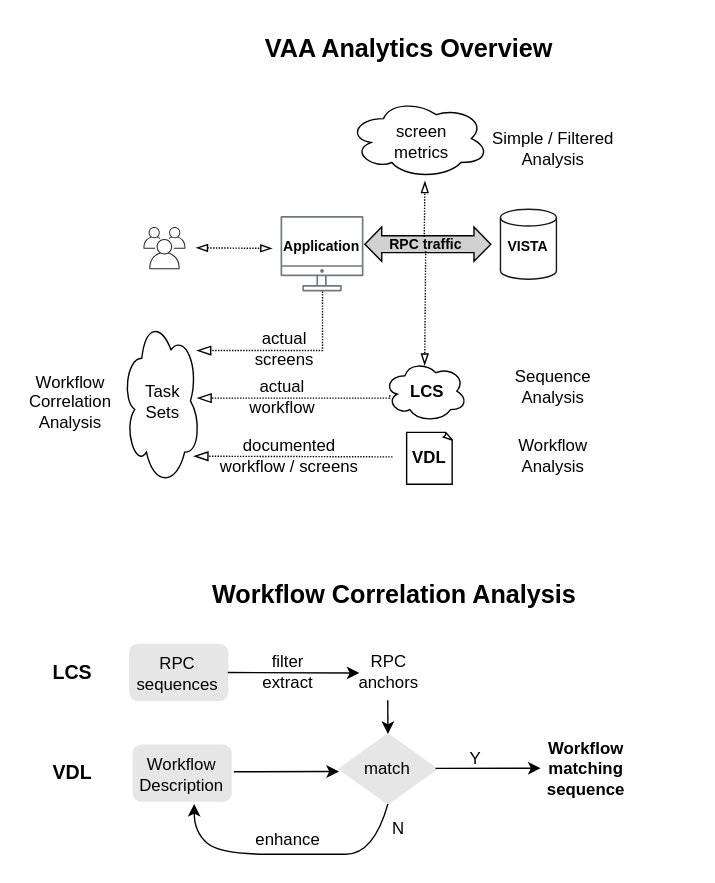
Before: img/vaa-analyses.svg, a diagram exported from draw.io (cloudvista/vaa). Source tidied: cells renumbered, new cells last; positions are measured from the earlier drawing's top-left corner, leaving out a move shared by most shapes. Its diagram source:
```xml
<mxGraphModel>
  <root>
    <mxCell id="0" />
    <mxCell id="1" parent="0" />
    <mxCell id="2" style="rounded=1;whiteSpace=wrap;html=1;strokeColor=none;" parent="1" vertex="1">
      <mxGeometry width="510" height="630" as="geometry" />
    </mxCell>
    <mxCell id="3" style="ellipse;shape=cloud;whiteSpace=wrap;html=1;shadow=0;sketch=0;fillStyle=solid;strokeColor=default;strokeWidth=1;fontSize=10;fillColor=none;gradientColor=none;" parent="1" vertex="1">
      <mxGeometry x="248.4" y="70" width="100.5" height="57" as="geometry" />
    </mxCell>
    <mxCell id="4" style="rounded=1;whiteSpace=wrap;html=1;strokeColor=#E6E6E6;fillColor=#E6E6E6;" parent="1" vertex="1">
      <mxGeometry x="94.7" y="532" width="70" height="40" as="geometry" />
    </mxCell>
    <mxCell id="5" style="rounded=1;whiteSpace=wrap;html=1;strokeColor=#E6E6E6;fillColor=#E6E6E6;" parent="1" vertex="1">
      <mxGeometry x="92.2" y="460" width="70" height="40" as="geometry" />
    </mxCell>
    <mxCell id="6" style="ellipse;shape=cloud;whiteSpace=wrap;html=1;shadow=0;sketch=0;fillStyle=solid;strokeColor=default;strokeWidth=1;fontSize=10;fillColor=none;gradientColor=none;" parent="1" vertex="1">
      <mxGeometry x="274" y="257" width="59.4" height="44" as="geometry" />
    </mxCell>
    <mxCell id="7" style="whiteSpace=wrap;html=1;shape=mxgraph.basic.document;strokeColor=default;strokeWidth=1;fontSize=10;fillColor=none;gradientColor=none;" parent="1" vertex="1">
      <mxGeometry x="290.1" y="308.5" width="32.9" height="37" as="geometry" />
    </mxCell>
    <mxCell id="8" style="outlineConnect=0;gradientColor=none;fontColor=#545B64;strokeColor=none;fillColor=#70797D;dashed=0;verticalLabelPosition=bottom;verticalAlign=top;align=center;html=1;fontSize=12;fontStyle=0;shape=mxgraph.aws4.illustration_desktop;shadow=0;fillStyle=solid;" parent="1" vertex="1">
      <mxGeometry x="200" y="153.8" width="59.3" height="53.9" as="geometry" />
    </mxCell>
    <mxCell id="9" style="html=1;shadow=0;dashed=0;align=center;verticalAlign=middle;shape=mxgraph.arrows2.twoWayArrow;dy=0.51;dx=12.03;fillColor=#D1D1D1;" parent="1" vertex="1">
      <mxGeometry x="260.3" y="161.8" width="90" height="24.5" as="geometry" />
    </mxCell>
    <mxCell id="10" value="RPC traffic" style="text;strokeColor=none;align=center;fillColor=none;html=1;verticalAlign=middle;whiteSpace=wrap;rounded=0;fontSize=10;fontStyle=1;" parent="1" vertex="1">
      <mxGeometry x="273.7" y="168.9" width="60" height="10" as="geometry" />
    </mxCell>
    <mxCell id="11" value="&lt;b&gt;LCS&lt;/b&gt;" style="text;strokeColor=none;align=center;fillColor=none;html=1;verticalAlign=middle;whiteSpace=wrap;rounded=0;" parent="1" vertex="1">
      <mxGeometry x="291.6" y="269" width="26.3" height="22" as="geometry" />
    </mxCell>
    <mxCell id="12" value="Application" style="text;strokeColor=none;align=center;fillColor=none;html=1;verticalAlign=middle;whiteSpace=wrap;rounded=0;fontSize=10;fontStyle=1;" parent="1" vertex="1">
      <mxGeometry x="203" y="160" width="53.5" height="29.9" as="geometry" />
    </mxCell>
    <mxCell id="13" value="&lt;font style=&quot;font-size: 12px;&quot;&gt;&lt;b&gt;VDL&lt;/b&gt;&lt;/font&gt;" style="text;strokeColor=none;align=center;fillColor=none;html=1;verticalAlign=middle;whiteSpace=wrap;rounded=0;fontSize=10;" parent="1" vertex="1">
      <mxGeometry x="293.8" y="312" width="25.4" height="30" as="geometry" />
    </mxCell>
    <mxCell id="14" style="shape=cylinder3;whiteSpace=wrap;html=1;boundedLbl=1;backgroundOutline=1;size=5.999999999999943;strokeColor=#191919;strokeWidth=1;fillColor=#FFFFFF;gradientColor=none;" parent="1" vertex="1">
      <mxGeometry x="357.2" y="149" width="40" height="50" as="geometry" />
    </mxCell>
    <mxCell id="15" value="VISTA" style="text;strokeColor=none;align=center;fillColor=none;html=1;verticalAlign=middle;whiteSpace=wrap;rounded=0;fontSize=10;fontStyle=1;" parent="1" vertex="1">
      <mxGeometry x="347.2" y="159.9" width="60" height="30" as="geometry" />
    </mxCell>
    <mxCell id="16" value="Simple / Filtered&lt;br&gt;Analysis" style="text;strokeColor=none;align=center;fillColor=none;html=1;verticalAlign=middle;whiteSpace=wrap;rounded=0;" parent="1" vertex="1">
      <mxGeometry x="349.9" y="90.5" width="90" height="30" as="geometry" />
    </mxCell>
    <mxCell id="17" value="Workflow&lt;br&gt;Analysis" style="text;strokeColor=none;align=center;fillColor=none;html=1;verticalAlign=middle;whiteSpace=wrap;rounded=0;" parent="1" vertex="1">
      <mxGeometry x="364.9" y="310" width="60" height="30" as="geometry" />
    </mxCell>
    <mxCell id="18" style="endArrow=blockThin;html=1;fontSize=10;dashed=1;dashPattern=1 1;endFill=0;exitX=0.5;exitY=0;exitDx=0;exitDy=0;" parent="1" edge="1">
      <mxGeometry relative="1" as="geometry">
        <mxPoint x="302.7" y="168.9" as="sourcePoint" />
        <mxPoint x="303.2" y="129" as="targetPoint" />
      </mxGeometry>
    </mxCell>
    <mxCell id="19" style="endArrow=blockThin;html=1;fontSize=10;dashed=1;dashPattern=1 1;endFill=0;exitX=0.5;exitY=1;exitDx=0;exitDy=0;entryX=0.488;entryY=0.08;entryDx=0;entryDy=0;entryPerimeter=0;" parent="1" edge="1" source="10" target="6">
      <mxGeometry relative="1" as="geometry" />
    </mxCell>
    <mxCell id="20" value="screen&lt;br&gt;metrics" style="text;strokeColor=none;align=center;fillColor=none;html=1;verticalAlign=middle;whiteSpace=wrap;rounded=0;" parent="1" vertex="1">
      <mxGeometry x="271.5" y="90.5" width="60" height="20" as="geometry" />
    </mxCell>
    <mxCell id="21" style="ellipse;shape=cloud;whiteSpace=wrap;html=1;shadow=0;sketch=0;fillStyle=solid;strokeColor=default;strokeWidth=1;fontSize=10;fillColor=none;gradientColor=none;" parent="1" vertex="1">
      <mxGeometry x="86.9" y="225" width="55.7" height="122" as="geometry" />
    </mxCell>
    <mxCell id="22" value="Workflow&lt;br&gt;Correlation&lt;br&gt;Analysis" style="text;strokeColor=none;align=center;fillColor=none;html=1;verticalAlign=middle;whiteSpace=wrap;rounded=0;" parent="1" vertex="1">
      <mxGeometry x="20" y="272" width="60" height="30" as="geometry" />
    </mxCell>
    <mxCell id="23" style="edgeStyle=elbowEdgeStyle;elbow=vertical;endArrow=blockThin;html=1;curved=0;rounded=0;endSize=8;startSize=8;dashed=1;dashPattern=1 1;fontSize=10;endFill=0;startArrow=none;startFill=0;" parent="1" edge="1">
      <mxGeometry relative="1" as="geometry">
        <mxPoint x="280" y="326" as="sourcePoint" />
        <mxPoint x="138" y="326" as="targetPoint" />
        <Array as="points">
          <mxPoint x="153.9" y="325.5" />
        </Array>
      </mxGeometry>
    </mxCell>
    <mxCell id="24" style="whiteSpace=wrap;html=1;shadow=0;sketch=0;fillStyle=solid;strokeColor=none;strokeWidth=1;fontSize=10;fillColor=#FFFFFF;gradientColor=none;" parent="1" vertex="1">
      <mxGeometry x="101.9" y="159" width="33.8" height="33.8" as="geometry" />
    </mxCell>
    <mxCell id="25" style="sketch=0;gradientColor=none;fontColor=#545B64;strokeColor=none;fillColor=#272A2B;dashed=0;verticalLabelPosition=bottom;verticalAlign=top;align=center;html=1;fontSize=12;fontStyle=0;shape=mxgraph.aws4.illustration_users;strokeWidth=1;" parent="1" vertex="1">
      <mxGeometry x="102" y="161.8" width="30.1" height="30.1" as="geometry" />
    </mxCell>
    <mxCell id="26" style="endArrow=blockThin;html=1;fontSize=10;dashed=1;dashPattern=1 1;endFill=0;startArrow=blockThin;startFill=0;" parent="1" edge="1">
      <mxGeometry relative="1" as="geometry">
        <mxPoint x="139.7" y="176.6" as="sourcePoint" />
        <mxPoint x="194" y="177" as="targetPoint" />
      </mxGeometry>
    </mxCell>
    <mxCell id="27" value="&lt;br&gt;Workflow&lt;br&gt;Description&amp;nbsp;" style="text;strokeColor=none;align=center;fillColor=none;html=1;verticalAlign=middle;whiteSpace=wrap;rounded=0;" parent="1" vertex="1">
      <mxGeometry x="108.2" y="535.6" width="43" height="20.9" as="geometry" />
    </mxCell>
    <mxCell id="28" value="&lt;b&gt;Workflow matching&amp;nbsp;&lt;br&gt;sequence&lt;/b&gt;" style="text;strokeColor=none;align=center;fillColor=none;html=1;verticalAlign=middle;whiteSpace=wrap;rounded=0;" parent="1" vertex="1">
      <mxGeometry x="397.3" y="538.6" width="43" height="20.9" as="geometry" />
    </mxCell>
    <mxCell id="29" style="rhombus;whiteSpace=wrap;html=1;strokeColor=#E6E6E6;fillColor=#E6E6E6;" parent="1" vertex="1">
      <mxGeometry x="241.7" y="524" width="70" height="50" as="geometry" />
    </mxCell>
    <mxCell id="30" value="match" style="text;strokeColor=none;align=center;fillColor=none;html=1;verticalAlign=middle;whiteSpace=wrap;rounded=0;" parent="1" vertex="1">
      <mxGeometry x="255.2" y="538.6" width="43" height="20.9" as="geometry" />
    </mxCell>
    <mxCell id="31" style="edgeStyle=none;html=1;entryX=0;entryY=0.5;entryDx=0;entryDy=0;" parent="1" edge="1">
      <mxGeometry relative="1" as="geometry">
        <mxPoint x="166.6" y="551" as="sourcePoint" />
        <mxPoint x="241.7" y="550.9" as="targetPoint" />
      </mxGeometry>
    </mxCell>
    <mxCell id="32" style="edgeStyle=none;html=1;entryX=0.5;entryY=0;entryDx=0;entryDy=0;" parent="1" edge="1" target="29">
      <mxGeometry relative="1" as="geometry">
        <mxPoint x="276.6" y="500" as="sourcePoint" />
      </mxGeometry>
    </mxCell>
    <mxCell id="33" style="edgeStyle=none;html=1;entryX=0;entryY=0.5;entryDx=0;entryDy=0;" parent="1" edge="1">
      <mxGeometry relative="1" as="geometry">
        <mxPoint x="310.7" y="548.6" as="sourcePoint" />
        <mxPoint x="385.9" y="548.5" as="targetPoint" />
      </mxGeometry>
    </mxCell>
    <mxCell id="34" value="Y" style="text;strokeColor=none;align=center;fillColor=none;html=1;verticalAlign=middle;whiteSpace=wrap;rounded=0;" parent="1" vertex="1">
      <mxGeometry x="317.8" y="532" width="43" height="20.9" as="geometry" />
    </mxCell>
    <mxCell id="35" value="RPC sequences" style="text;strokeColor=none;align=center;fillColor=none;html=1;verticalAlign=middle;whiteSpace=wrap;rounded=0;" parent="1" vertex="1">
      <mxGeometry x="105.2" y="471" width="43" height="20.9" as="geometry" />
    </mxCell>
    <mxCell id="36" value="filter&lt;br&gt;extract" style="text;strokeColor=none;align=center;fillColor=none;html=1;verticalAlign=middle;whiteSpace=wrap;rounded=0;" parent="1" vertex="1">
      <mxGeometry x="184.1" y="470" width="43" height="20.9" as="geometry" />
    </mxCell>
    <mxCell id="37" value="RPC anchors" style="text;strokeColor=none;align=center;fillColor=none;html=1;verticalAlign=middle;whiteSpace=wrap;rounded=0;" parent="1" vertex="1">
      <mxGeometry x="256.4" y="470" width="43" height="20.9" as="geometry" />
    </mxCell>
    <mxCell id="38" style="edgeStyle=none;html=1;entryX=0;entryY=0.5;entryDx=0;entryDy=0;startArrow=none;" parent="1" edge="1" target="37">
      <mxGeometry relative="1" as="geometry">
        <mxPoint x="162.2" y="480.1" as="sourcePoint" />
      </mxGeometry>
    </mxCell>
    <mxCell id="39" value="enhance" style="text;strokeColor=none;align=center;fillColor=none;html=1;verticalAlign=middle;whiteSpace=wrap;rounded=0;" parent="1" vertex="1">
      <mxGeometry x="184.1" y="590" width="43" height="20.9" as="geometry" />
    </mxCell>
    <mxCell id="40" style="curved=1;endArrow=classic;html=1;exitX=0.5;exitY=1;exitDx=0;exitDy=0;" parent="1" edge="1" source="29">
      <mxGeometry relative="1" as="geometry">
        <mxPoint x="138.3" y="574" as="targetPoint" />
        <Array as="points">
          <mxPoint x="266.6" y="610" />
          <mxPoint x="226.6" y="610" />
          <mxPoint x="156.6" y="610" />
          <mxPoint x="138.3" y="594" />
        </Array>
      </mxGeometry>
    </mxCell>
    <mxCell id="41" value="N" style="text;strokeColor=none;align=center;fillColor=none;html=1;verticalAlign=middle;whiteSpace=wrap;rounded=0;" parent="1" vertex="1">
      <mxGeometry x="262.6" y="581.1" width="43" height="20.9" as="geometry" />
    </mxCell>
    <mxCell id="42" value="&lt;b&gt;&lt;font style=&quot;font-size: 18px;&quot;&gt;Workflow Correlation Analysis&lt;/font&gt;&lt;/b&gt;" style="text;strokeColor=none;align=center;fillColor=none;html=1;verticalAlign=middle;whiteSpace=wrap;rounded=0;" parent="1" vertex="1">
      <mxGeometry x="142.6" y="410" width="276.8" height="29.1" as="geometry" />
    </mxCell>
    <mxCell id="43" value="Sequence&lt;br&gt;Analysis" style="text;strokeColor=none;align=center;fillColor=none;html=1;verticalAlign=middle;whiteSpace=wrap;rounded=0;" parent="1" vertex="1">
      <mxGeometry x="364.9" y="261" width="60" height="30" as="geometry" />
    </mxCell>
    <mxCell id="44" style="edgeStyle=elbowEdgeStyle;elbow=vertical;endArrow=blockThin;html=1;curved=0;rounded=0;endSize=8;startSize=8;dashed=1;dashPattern=1 1;fontSize=10;endFill=0;startArrow=none;startFill=0;" parent="1" edge="1" source="8">
      <mxGeometry relative="1" as="geometry">
        <mxPoint x="140" y="250" as="targetPoint" />
        <Array as="points">
          <mxPoint x="230" y="250" />
          <mxPoint x="240" y="250" />
        </Array>
      </mxGeometry>
    </mxCell>
    <mxCell id="45" value="actual&lt;br&gt;screens" style="text;strokeColor=none;align=center;fillColor=none;html=1;verticalAlign=middle;whiteSpace=wrap;rounded=0;" parent="1" vertex="1">
      <mxGeometry x="183" y="238" width="40" height="21" as="geometry" />
    </mxCell>
    <mxCell id="46" value="documented &lt;br&gt;workflow / screens" style="text;strokeColor=none;align=center;fillColor=none;html=1;verticalAlign=middle;whiteSpace=wrap;rounded=0;" parent="1" vertex="1">
      <mxGeometry x="145.2" y="317" width="122.8" height="16" as="geometry" />
    </mxCell>
    <mxCell id="47" style="edgeStyle=elbowEdgeStyle;elbow=vertical;endArrow=blockThin;html=1;curved=0;rounded=0;endSize=8;startSize=8;dashed=1;dashPattern=1 1;fontSize=10;endFill=0;startArrow=none;startFill=0;exitX=0.067;exitY=0.568;exitDx=0;exitDy=0;exitPerimeter=0;" parent="1" edge="1" source="6">
      <mxGeometry relative="1" as="geometry">
        <mxPoint x="140.3" y="284.5" as="targetPoint" />
        <Array as="points">
          <mxPoint x="156.2" y="284" />
        </Array>
      </mxGeometry>
    </mxCell>
    <mxCell id="48" value="&lt;b&gt;&lt;font style=&quot;font-size: 14px;&quot;&gt;LCS&lt;/font&gt;&lt;/b&gt;" style="text;strokeColor=none;align=center;fillColor=none;html=1;verticalAlign=middle;whiteSpace=wrap;rounded=0;" parent="1" vertex="1">
      <mxGeometry x="30" y="469.6" width="43" height="20.9" as="geometry" />
    </mxCell>
    <mxCell id="49" value="&lt;b&gt;&lt;font style=&quot;font-size: 14px;&quot;&gt;VDL&lt;/font&gt;&lt;/b&gt;" style="text;strokeColor=none;align=center;fillColor=none;html=1;verticalAlign=middle;whiteSpace=wrap;rounded=0;" parent="1" vertex="1">
      <mxGeometry x="30" y="541.6" width="43" height="20.9" as="geometry" />
    </mxCell>
    <mxCell id="50" value="actual &lt;br&gt;workflow" style="text;strokeColor=none;align=center;fillColor=none;html=1;verticalAlign=middle;whiteSpace=wrap;rounded=0;" parent="1" vertex="1">
      <mxGeometry x="181" y="272" width="40.9" height="21" as="geometry" />
    </mxCell>
    <mxCell id="51" value="&lt;b&gt;&lt;font style=&quot;font-size: 18px;&quot;&gt;VAA Analytics Overview&lt;/font&gt;&lt;/b&gt;" style="text;strokeColor=none;align=center;fillColor=none;html=1;verticalAlign=middle;whiteSpace=wrap;rounded=0;" parent="1" vertex="1">
      <mxGeometry x="142.6" y="20" width="297.8" height="29.1" as="geometry" />
    </mxCell>
    <mxCell id="52" value="Task&lt;br&gt;Sets" style="text;strokeColor=none;align=center;fillColor=none;html=1;verticalAlign=middle;whiteSpace=wrap;rounded=0;" parent="1" vertex="1">
      <mxGeometry x="95.7" y="272" width="40" height="30" as="geometry" />
    </mxCell>
  </root>
</mxGraphModel>
```
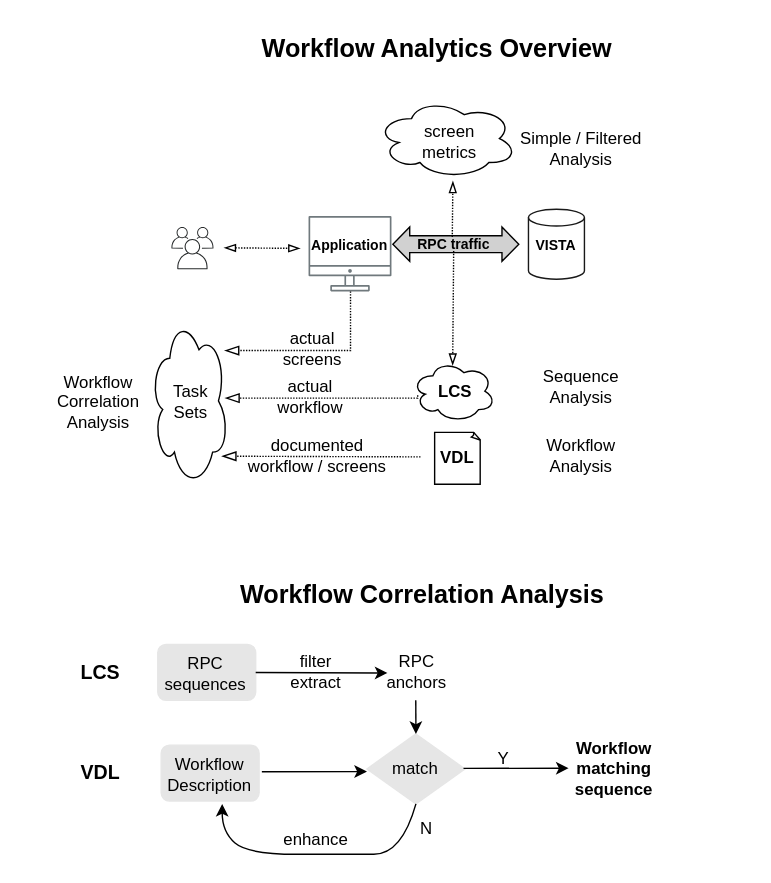
The same file after the commit.

Change to the diagram source:
```diff
@@ -3,7 +3,7 @@
     <mxCell id="0" />
     <mxCell id="1" parent="0" />
     <mxCell id="2" style="rounded=1;whiteSpace=wrap;html=1;strokeColor=none;" parent="1" vertex="1">
-      <mxGeometry width="510" height="630" as="geometry" />
+      <mxGeometry x="-20" width="550" height="630" as="geometry" />
     </mxCell>
     <mxCell id="3" style="ellipse;shape=cloud;whiteSpace=wrap;html=1;shadow=0;sketch=0;fillStyle=solid;strokeColor=default;strokeWidth=1;fontSize=10;fillColor=none;gradientColor=none;" parent="1" vertex="1">
       <mxGeometry x="248.4" y="70" width="100.5" height="57" as="geometry" />
@@ -190,7 +190,7 @@
     <mxCell id="50" value="actual &lt;br&gt;workflow" style="text;strokeColor=none;align=center;fillColor=none;html=1;verticalAlign=middle;whiteSpace=wrap;rounded=0;" parent="1" vertex="1">
       <mxGeometry x="181" y="272" width="40.9" height="21" as="geometry" />
     </mxCell>
-    <mxCell id="51" value="&lt;b&gt;&lt;font style=&quot;font-size: 18px;&quot;&gt;VAA Analytics Overview&lt;/font&gt;&lt;/b&gt;" style="text;strokeColor=none;align=center;fillColor=none;html=1;verticalAlign=middle;whiteSpace=wrap;rounded=0;" parent="1" vertex="1">
+    <mxCell id="51" value="&lt;b&gt;&lt;font style=&quot;font-size: 18px;&quot;&gt;Workflow Analytics Overview&lt;/font&gt;&lt;/b&gt;" style="text;strokeColor=none;align=center;fillColor=none;html=1;verticalAlign=middle;whiteSpace=wrap;rounded=0;" parent="1" vertex="1">
       <mxGeometry x="142.6" y="20" width="297.8" height="29.1" as="geometry" />
     </mxCell>
     <mxCell id="52" value="Task&lt;br&gt;Sets" style="text;strokeColor=none;align=center;fillColor=none;html=1;verticalAlign=middle;whiteSpace=wrap;rounded=0;" parent="1" vertex="1">
```
